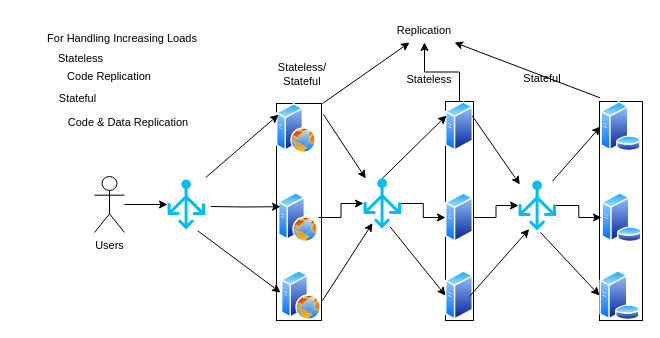
The draw.io diagram Untitled Diagram.drawio in dev-resources-millenium/ReferencesForEnterpriseApps, before the edit. Source tidied: cells renumbered, new cells numbered last; positions are measured from the earlier drawing's top-left corner, leaving out a move shared by most shapes. Both pictures are drawn from the tidied source at 100%, with x=0, y=0 at pixel (17, 17).
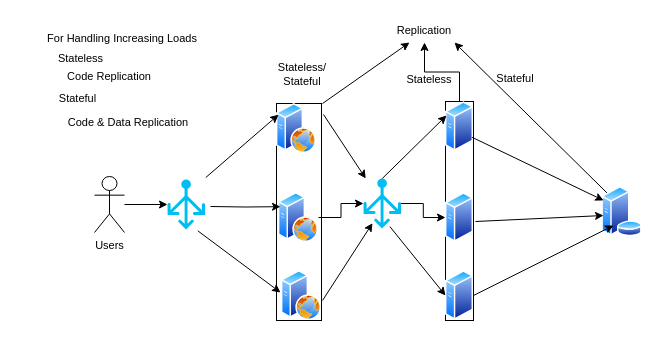
Above is the later version.

The change refers to these unchanged cells:
```xml
<mxCell id="7" style="image;perimeter=ellipsePerimeter;html=1;align=center;shadow=0;dashed=0;spacingTop=3;image=img/lib/active_directory/generic_server.svg;" parent="6" vertex="1">
  <mxGeometry y="91" width="28" height="50" as="geometry" />
</mxCell>
<mxCell id="8" style="image;perimeter=ellipsePerimeter;html=1;align=center;shadow=0;dashed=0;spacingTop=3;image=img/lib/active_directory/generic_server.svg;" parent="6" vertex="1">
  <mxGeometry y="169" width="28" height="50" as="geometry" />
</mxCell>
<mxCell id="9" style="image;perimeter=ellipsePerimeter;html=1;align=center;shadow=0;dashed=0;spacingTop=3;image=img/lib/active_directory/generic_server.svg;" parent="6" vertex="1">
  <mxGeometry width="28" height="50" as="geometry" />
</mxCell>
<mxCell id="14" value="Replication" style="text;html=1;strokeColor=none;fillColor=none;align=center;verticalAlign=middle;whiteSpace=wrap;rounded=0;fontSize=11;fontFamily=Helvetica;fontColor=default;" parent="1" vertex="1">
  <mxGeometry x="377" width="60" height="25" as="geometry" />
</mxCell>
```

What changed in the source:
```diff
@@
-    <mxCell id="10" style="group;strokeColor=default;" parent="1" vertex="1">
-      <mxGeometry x="582" y="84" width="43" height="219" as="geometry" />
-    </mxCell>
-    <mxCell id="11" style="image;perimeter=ellipsePerimeter;html=1;align=center;shadow=0;dashed=0;spacingTop=3;image=img/lib/active_directory/database_server.svg;" parent="10" vertex="1">
-      <mxGeometry x="2" y="91" width="41" height="50" as="geometry" />
-    </mxCell>
-    <mxCell id="12" style="image;perimeter=ellipsePerimeter;html=1;align=center;shadow=0;dashed=0;spacingTop=3;image=img/lib/active_directory/database_server.svg;" parent="10" vertex="1">
-      <mxGeometry x="1" width="41" height="50" as="geometry" />
-    </mxCell>
-    <mxCell id="13" style="image;perimeter=ellipsePerimeter;html=1;align=center;shadow=0;dashed=0;spacingTop=3;image=img/lib/active_directory/database_server.svg;" parent="10" vertex="1">
-      <mxGeometry y="169" width="41" height="50" as="geometry" />
-    </mxCell>
@@
-    <mxCell id="17" style="endArrow=classic;html=1;rounded=0;labelBackgroundColor=default;strokeColor=default;align=center;verticalAlign=middle;fontFamily=Helvetica;fontSize=11;fontColor=default;shape=connector;exitX=-0.008;exitY=-0.073;exitDx=0;exitDy=0;exitPerimeter=0;entryX=1;entryY=1;entryDx=0;entryDy=0;" parent="1" edge="1" source="12" target="14">
+    <mxCell id="17" style="endArrow=classic;html=1;rounded=0;labelBackgroundColor=default;strokeColor=default;align=center;verticalAlign=middle;fontFamily=Helvetica;fontSize=11;fontColor=default;shape=connector;exitX=0;exitY=0;exitDx=0;exitDy=0;entryX=1;entryY=1;entryDx=0;entryDy=0;" parent="1" edge="1" source="11" target="14">
       <mxGeometry relative="1" as="geometry" />
     </mxCell>
@@
     <mxCell id="25" value="Stateful" style="text;html=1;strokeColor=none;fillColor=none;align=center;verticalAlign=middle;whiteSpace=wrap;rounded=0;fontSize=11;fontFamily=Helvetica;fontColor=default;" parent="1" vertex="1">
-      <mxGeometry x="495" y="46" width="60" height="30" as="geometry" />
+      <mxGeometry x="468" y="46" width="60" height="30" as="geometry" />
     </mxCell>
@@
-    <mxCell id="34" style="edgeStyle=orthogonalEdgeStyle;shape=connector;rounded=0;jettySize=auto;html=1;labelBackgroundColor=default;strokeColor=default;align=center;verticalAlign=middle;fontFamily=Helvetica;fontSize=11;fontColor=default;endArrow=classic;" parent="1" edge="1" source="35" target="11">
-      <mxGeometry relative="1" as="geometry" />
-    </mxCell>
-    <mxCell id="35" style="verticalLabelPosition=bottom;html=1;verticalAlign=top;align=center;strokeColor=none;fillColor=#00BEF2;shape=mxgraph.azure.load_balancer_generic;fontFamily=Helvetica;fontSize=11;fontColor=default;" parent="1" vertex="1">
-      <mxGeometry x="501" y="163" width="37.5" height="50" as="geometry" />
-    </mxCell>
-    <mxCell id="36" style="endArrow=classic;html=1;rounded=0;labelBackgroundColor=default;strokeColor=default;align=center;verticalAlign=middle;fontFamily=Helvetica;fontSize=11;fontColor=default;shape=connector;exitX=1;exitY=0.25;exitDx=0;exitDy=0;entryX=0.036;entryY=0.08;entryDx=0;entryDy=0;entryPerimeter=0;" parent="1" edge="1" source="9" target="35">
-      <mxGeometry relative="1" as="geometry" />
-    </mxCell>
-    <mxCell id="37" style="endArrow=classic;html=1;rounded=0;labelBackgroundColor=default;strokeColor=default;align=center;verticalAlign=middle;fontFamily=Helvetica;fontSize=11;fontColor=default;shape=connector;entryX=0.284;entryY=0.973;entryDx=0;entryDy=0;entryPerimeter=0;" parent="1" edge="1" target="35">
-      <mxGeometry relative="1" as="geometry">
-        <mxPoint x="452" y="279" as="sourcePoint" />
-      </mxGeometry>
-    </mxCell>
-    <mxCell id="38" style="edgeStyle=orthogonalEdgeStyle;shape=connector;rounded=0;jettySize=auto;html=1;labelBackgroundColor=default;strokeColor=default;align=center;verticalAlign=middle;fontFamily=Helvetica;fontSize=11;fontColor=default;endArrow=classic;" parent="1" edge="1" source="7" target="35">
-      <mxGeometry relative="1" as="geometry" />
-    </mxCell>
-    <mxCell id="39" style="endArrow=classic;html=1;rounded=0;labelBackgroundColor=default;strokeColor=default;align=center;verticalAlign=middle;fontFamily=Helvetica;fontSize=11;fontColor=default;shape=connector;entryX=0;entryY=0.5;entryDx=0;entryDy=0;exitX=0.907;exitY=0.013;exitDx=0;exitDy=0;exitPerimeter=0;" parent="1" edge="1" source="35" target="12">
-      <mxGeometry relative="1" as="geometry" />
-    </mxCell>
-    <mxCell id="40" style="endArrow=classic;html=1;rounded=0;labelBackgroundColor=default;strokeColor=default;align=center;verticalAlign=middle;fontFamily=Helvetica;fontSize=11;fontColor=default;shape=connector;entryX=0;entryY=0.5;entryDx=0;entryDy=0;" parent="1" edge="1" target="13">
-      <mxGeometry relative="1" as="geometry">
-        <mxPoint x="523" y="215" as="sourcePoint" />
-      </mxGeometry>
-    </mxCell>
@@
+    <mxCell id="11" style="image;perimeter=ellipsePerimeter;html=1;align=center;shadow=0;dashed=0;spacingTop=3;image=img/lib/active_directory/database_server.svg;" parent="1" vertex="1">
+      <mxGeometry x="584" y="169" width="41" height="50" as="geometry" />
+    </mxCell>
+    <mxCell id="46" style="endArrow=classic;html=1;rounded=0;entryX=0;entryY=0.5;entryDx=0;entryDy=0;" parent="1" edge="1">
+      <mxGeometry relative="1" as="geometry">
+        <mxPoint x="458" y="204" as="sourcePoint" />
+        <mxPoint x="586" y="198" as="targetPoint" />
+      </mxGeometry>
+    </mxCell>
+    <mxCell id="47" style="endArrow=classic;html=1;rounded=0;entryX=0;entryY=0.5;entryDx=0;entryDy=0;exitX=1;exitY=0.5;exitDx=0;exitDy=0;" parent="1" edge="1" source="8">
+      <mxGeometry relative="1" as="geometry">
+        <mxPoint x="596" y="208" as="targetPoint" />
+      </mxGeometry>
+    </mxCell>
+    <mxCell id="48" style="endArrow=classic;html=1;rounded=0;entryX=0;entryY=0.25;entryDx=0;entryDy=0;exitX=1;exitY=0.75;exitDx=0;exitDy=0;" parent="1" edge="1" source="9" target="11">
+      <mxGeometry relative="1" as="geometry" />
+    </mxCell>
```
